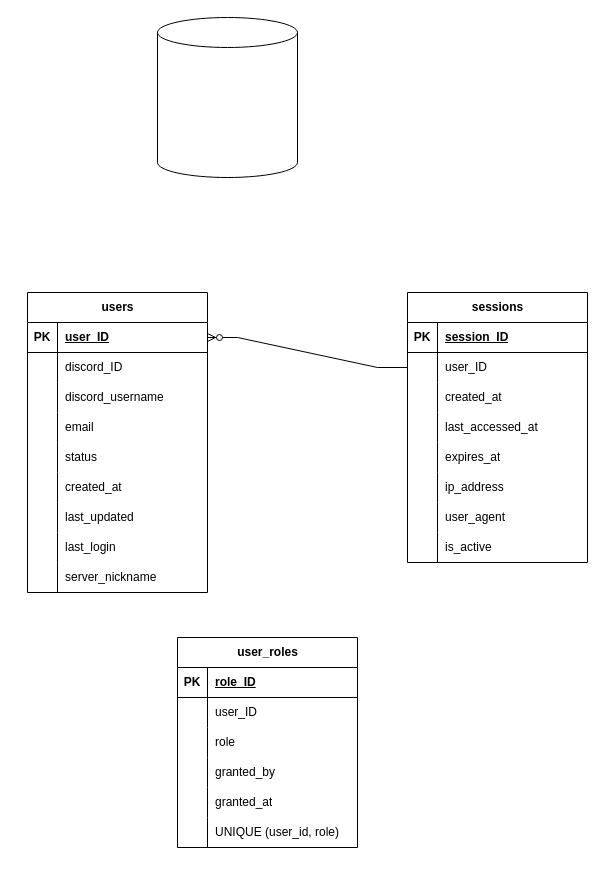
The draw.io diagram docs/table_ideas.drawio in OMTut/auth_discord_fastapi, before the edit. Source tidied: cells renumbered, new cells numbered last; positions are measured from the earlier drawing's top-left corner, leaving out a move shared by most shapes. Both pictures are drawn from the tidied source at 100%, with x=0, y=0 at pixel (27, 17).
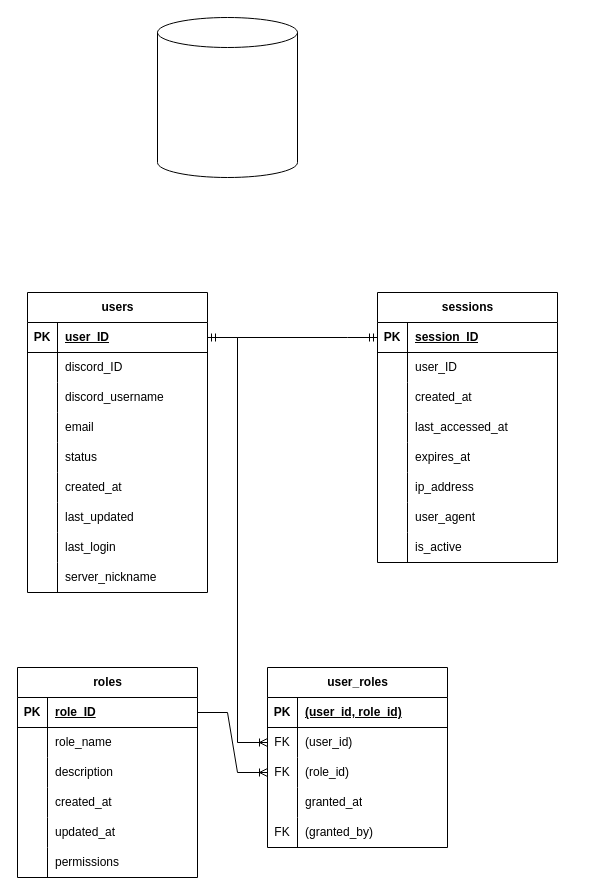
The same diagram, later.

Commit message:
docs - updated tables design

Unchanged cells that the change refers to:
```xml
<mxCell id="4" style="shape=tableRow;horizontal=0;startSize=0;swimlaneHead=0;swimlaneBody=0;fillColor=none;points=[[0,0.5],[1,0.5]];portConstraint=eastwest;top=0;left=0;right=0;bottom=1;" parent="3" vertex="1">
  <mxGeometry y="30" width="180" height="30" as="geometry" />
</mxCell>
<mxCell id="32" style="shape=tableRow;horizontal=0;startSize=0;swimlaneHead=0;swimlaneBody=0;fillColor=none;points=[[0,0.5],[1,0.5]];portConstraint=eastwest;top=0;left=0;right=0;bottom=1;" parent="31" vertex="1">
  <mxGeometry y="30" width="180" height="30" as="geometry" />
</mxCell>
<mxCell id="35" style="shape=tableRow;horizontal=0;startSize=0;swimlaneHead=0;swimlaneBody=0;fillColor=none;points=[[0,0.5],[1,0.5]];portConstraint=eastwest;top=0;left=0;right=0;bottom=0;" parent="31" vertex="1">
  <mxGeometry y="60" width="180" height="30" as="geometry" />
</mxCell>
<mxCell id="57" style="shape=tableRow;horizontal=0;startSize=0;swimlaneHead=0;swimlaneBody=0;fillColor=none;points=[[0,0.5],[1,0.5]];portConstraint=eastwest;top=0;left=0;right=0;bottom=1;" parent="56" vertex="1">
  <mxGeometry y="30" width="180" height="30" as="geometry" />
</mxCell>
<mxCell id="60" style="shape=tableRow;horizontal=0;startSize=0;swimlaneHead=0;swimlaneBody=0;fillColor=none;top=0;left=0;right=0;bottom=0;" parent="56" vertex="1">
  <mxGeometry y="60" width="180" height="30" as="geometry" />
</mxCell>
<mxCell id="63" style="shape=tableRow;horizontal=0;startSize=0;swimlaneHead=0;swimlaneBody=0;fillColor=none;top=0;left=0;right=0;bottom=0;" parent="56" vertex="1">
  <mxGeometry y="90" width="180" height="30" as="geometry" />
</mxCell>
<mxCell id="66" style="shape=tableRow;horizontal=0;startSize=0;swimlaneHead=0;swimlaneBody=0;fillColor=none;top=0;left=0;right=0;bottom=0;" parent="56" vertex="1">
  <mxGeometry y="120" width="180" height="30" as="geometry" />
</mxCell>
<mxCell id="69" style="shape=tableRow;horizontal=0;startSize=0;swimlaneHead=0;swimlaneBody=0;fillColor=none;top=0;left=0;right=0;bottom=0;" parent="56" vertex="1">
  <mxGeometry y="150" width="180" height="30" as="geometry" />
</mxCell>
<mxCell id="72" style="shape=tableRow;horizontal=0;startSize=0;swimlaneHead=0;swimlaneBody=0;fillColor=none;top=0;left=0;right=0;bottom=0;" parent="56" vertex="1">
  <mxGeometry y="180" width="180" height="30" as="geometry" />
</mxCell>
```

What changed in the source:
```diff
@@
     <mxCell id="31" value="sessions" style="shape=table;startSize=30;childLayout=tableLayout;rowLines=0;fontStyle=1;align=center;html=1;" parent="1" vertex="1">
-      <mxGeometry x="380" y="275" width="180" height="270" as="geometry" />
+      <mxGeometry x="350" y="275" width="180" height="270" as="geometry" />
     </mxCell>
@@
-    <mxCell id="56" value="user_roles" style="shape=table;startSize=30;childLayout=tableLayout;rowLines=0;fontStyle=1;align=center;html=1;" parent="1" vertex="1">
-      <mxGeometry x="150" y="620" width="180" height="210" as="geometry" />
+    <mxCell id="56" value="roles" style="shape=table;startSize=30;childLayout=tableLayout;rowLines=0;fontStyle=1;align=center;html=1;" parent="1" vertex="1">
+      <mxGeometry x="-10" y="650" width="180" height="210" as="geometry" />
     </mxCell>
@@
-    <mxCell id="62" value="user_ID" style="shape=partialRectangle;fillColor=none;top=0;left=0;bottom=0;right=0;align=left;spacingLeft=6;overflow=hidden;whiteSpace=wrap;html=1;" parent="60" vertex="1">
+    <mxCell id="62" value="role_name" style="shape=partialRectangle;fillColor=none;top=0;left=0;bottom=0;right=0;align=left;spacingLeft=6;overflow=hidden;whiteSpace=wrap;html=1;" parent="60" vertex="1">
       <mxGeometry x="30" width="150" height="30" as="geometry" />
     </mxCell>
@@
-    <mxCell id="65" value="role" style="shape=partialRectangle;fillColor=none;top=0;left=0;bottom=0;right=0;align=left;spacingLeft=6;overflow=hidden;whiteSpace=wrap;html=1;" parent="63" vertex="1">
+    <mxCell id="65" value="description" style="shape=partialRectangle;fillColor=none;top=0;left=0;bottom=0;right=0;align=left;spacingLeft=6;overflow=hidden;whiteSpace=wrap;html=1;" parent="63" vertex="1">
       <mxGeometry x="30" width="150" height="30" as="geometry" />
     </mxCell>
@@
-    <mxCell id="68" value="granted_by" style="shape=partialRectangle;fillColor=none;top=0;left=0;bottom=0;right=0;align=left;spacingLeft=6;overflow=hidden;whiteSpace=wrap;html=1;" parent="66" vertex="1">
+    <mxCell id="68" value="created_at" style="shape=partialRectangle;fillColor=none;top=0;left=0;bottom=0;right=0;align=left;spacingLeft=6;overflow=hidden;whiteSpace=wrap;html=1;" parent="66" vertex="1">
       <mxGeometry x="30" width="150" height="30" as="geometry" />
     </mxCell>
@@
-    <mxCell id="71" value="granted_at" style="shape=partialRectangle;fillColor=none;top=0;left=0;bottom=0;right=0;align=left;spacingLeft=6;overflow=hidden;whiteSpace=wrap;html=1;" parent="69" vertex="1">
+    <mxCell id="71" value="updated_at" style="shape=partialRectangle;fillColor=none;top=0;left=0;bottom=0;right=0;align=left;spacingLeft=6;overflow=hidden;whiteSpace=wrap;html=1;" parent="69" vertex="1">
       <mxGeometry x="30" width="150" height="30" as="geometry" />
     </mxCell>
@@
-    <mxCell id="74" value="UNIQUE (user_id, role)" style="shape=partialRectangle;fillColor=none;top=0;left=0;bottom=0;right=0;align=left;spacingLeft=6;overflow=hidden;whiteSpace=wrap;html=1;" parent="72" vertex="1">
+    <mxCell id="74" value="permissions" style="shape=partialRectangle;fillColor=none;top=0;left=0;bottom=0;right=0;align=left;spacingLeft=6;overflow=hidden;whiteSpace=wrap;html=1;" parent="72" vertex="1">
       <mxGeometry x="30" width="150" height="30" as="geometry" />
     </mxCell>
-    <mxCell id="75" style="edgeStyle=entityRelationEdgeStyle;fontSize=12;html=1;endArrow=ERzeroToMany;endFill=1;rounded=0;exitX=0;exitY=0.5;exitDx=0;exitDy=0;entryX=1;entryY=0.5;entryDx=0;entryDy=0;" parent="1" edge="1" source="35" target="4">
-      <mxGeometry relative="1" as="geometry" />
-    </mxCell>
+    <mxCell id="76" value="user_roles" style="shape=table;startSize=30;childLayout=tableLayout;rowLines=0;fontStyle=1;align=center;html=1;strokeColor=default;" parent="1" vertex="1">
+      <mxGeometry x="240" y="650" width="180" height="180" as="geometry" />
+    </mxCell>
+    <mxCell id="77" style="shape=tableRow;horizontal=0;startSize=0;swimlaneHead=0;swimlaneBody=0;fillColor=none;top=0;left=0;right=0;bottom=1;strokeColor=inherit;swimlaneLine=1;" parent="76" vertex="1">
+      <mxGeometry y="30" width="180" height="30" as="geometry" />
+    </mxCell>
+    <mxCell id="78" value="PK" style="shape=partialRectangle;fillColor=none;top=0;left=0;bottom=0;right=0;fontStyle=1;overflow=hidden;whiteSpace=wrap;html=1;strokeColor=inherit;" parent="77" vertex="1">
+      <mxGeometry width="30" height="30" as="geometry" />
+    </mxCell>
+    <mxCell id="79" value="(user_id, role_id)" style="shape=partialRectangle;fillColor=none;top=0;left=0;bottom=0;right=0;align=left;spacingLeft=6;fontStyle=5;overflow=hidden;whiteSpace=wrap;html=1;strokeColor=default;" parent="77" vertex="1">
+      <mxGeometry x="30" width="150" height="30" as="geometry" />
+    </mxCell>
+    <mxCell id="80" style="shape=tableRow;horizontal=0;startSize=0;swimlaneHead=0;swimlaneBody=0;fillColor=none;points=[[0,0.5],[1,0.5]];portConstraint=eastwest;top=0;left=0;right=0;bottom=0;" parent="76" vertex="1">
+      <mxGeometry y="60" width="180" height="30" as="geometry" />
+    </mxCell>
+    <mxCell id="81" value="FK" style="shape=partialRectangle;fillColor=none;top=0;left=0;bottom=0;right=0;overflow=hidden;whiteSpace=wrap;html=1;" parent="80" vertex="1">
+      <mxGeometry width="30" height="30" as="geometry" />
+    </mxCell>
+    <mxCell id="82" value="(user_id)" style="shape=partialRectangle;fillColor=none;top=0;left=0;bottom=0;right=0;align=left;spacingLeft=6;overflow=hidden;whiteSpace=wrap;html=1;strokeColor=default;" parent="80" vertex="1">
+      <mxGeometry x="30" width="150" height="30" as="geometry" />
+    </mxCell>
+    <mxCell id="83" style="shape=tableRow;horizontal=0;startSize=0;swimlaneHead=0;swimlaneBody=0;fillColor=none;points=[[0,0.5],[1,0.5]];portConstraint=eastwest;top=0;left=0;right=0;bottom=0;" parent="76" vertex="1">
+      <mxGeometry y="90" width="180" height="30" as="geometry" />
+    </mxCell>
+    <mxCell id="84" value="FK" style="shape=partialRectangle;fillColor=none;top=0;left=0;bottom=0;right=0;overflow=hidden;whiteSpace=wrap;html=1;" parent="83" vertex="1">
+      <mxGeometry width="30" height="30" as="geometry" />
+    </mxCell>
+    <mxCell id="85" value="(role_id)" style="shape=partialRectangle;fillColor=none;top=0;left=0;bottom=0;right=0;align=left;spacingLeft=6;overflow=hidden;whiteSpace=wrap;html=1;" parent="83" vertex="1">
+      <mxGeometry x="30" width="150" height="30" as="geometry" />
+    </mxCell>
+    <mxCell id="86" style="shape=tableRow;horizontal=0;startSize=0;swimlaneHead=0;swimlaneBody=0;fillColor=none;top=0;left=0;right=0;bottom=0;" parent="76" vertex="1">
+      <mxGeometry y="120" width="180" height="30" as="geometry" />
+    </mxCell>
+    <mxCell id="87" style="shape=partialRectangle;fillColor=none;top=0;left=0;bottom=0;right=0;overflow=hidden;whiteSpace=wrap;html=1;" parent="86" vertex="1">
+      <mxGeometry width="30" height="30" as="geometry" />
+    </mxCell>
+    <mxCell id="88" value="granted_at" style="shape=partialRectangle;fillColor=none;top=0;left=0;bottom=0;right=0;align=left;spacingLeft=6;overflow=hidden;whiteSpace=wrap;html=1;" parent="86" vertex="1">
+      <mxGeometry x="30" width="150" height="30" as="geometry" />
+    </mxCell>
+    <mxCell id="89" style="shape=tableRow;horizontal=0;startSize=0;swimlaneHead=0;swimlaneBody=0;fillColor=none;top=0;left=0;right=0;bottom=0;" parent="76" vertex="1">
+      <mxGeometry y="150" width="180" height="30" as="geometry" />
+    </mxCell>
+    <mxCell id="90" value="FK" style="shape=partialRectangle;fillColor=none;top=0;left=0;bottom=0;right=0;overflow=hidden;whiteSpace=wrap;html=1;" parent="89" vertex="1">
+      <mxGeometry width="30" height="30" as="geometry" />
+    </mxCell>
+    <mxCell id="91" value="(granted_by)" style="shape=partialRectangle;fillColor=none;top=0;left=0;bottom=0;right=0;align=left;spacingLeft=6;overflow=hidden;whiteSpace=wrap;html=1;" parent="89" vertex="1">
+      <mxGeometry x="30" width="150" height="30" as="geometry" />
+    </mxCell>
+    <mxCell id="92" style="edgeStyle=entityRelationEdgeStyle;fontSize=12;html=1;endArrow=ERoneToMany;rounded=0;exitX=1;exitY=0.5;exitDx=0;exitDy=0;entryX=0;entryY=0.5;entryDx=0;entryDy=0;" parent="1" edge="1" source="4" target="80">
+      <mxGeometry relative="1" as="geometry" />
+    </mxCell>
+    <mxCell id="93" style="edgeStyle=entityRelationEdgeStyle;fontSize=12;html=1;endArrow=ERmandOne;startArrow=ERmandOne;rounded=0;entryX=0;entryY=0.5;entryDx=0;entryDy=0;exitX=1;exitY=0.5;exitDx=0;exitDy=0;" parent="1" edge="1" source="4" target="32">
+      <mxGeometry relative="1" as="geometry" />
+    </mxCell>
+    <mxCell id="94" style="edgeStyle=entityRelationEdgeStyle;fontSize=12;html=1;endArrow=ERoneToMany;rounded=0;entryX=0;entryY=0.5;entryDx=0;entryDy=0;" parent="1" edge="1" source="57" target="83">
+      <mxGeometry relative="1" as="geometry" />
+    </mxCell>
```
